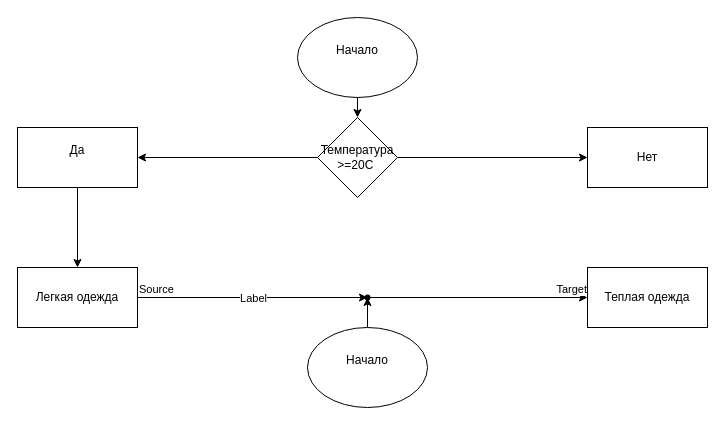
Before: diagrams/step3_weather_algorithm.drawio in Mikailov05/ISRPO_Lab17_Algorithms, a draw.io diagram. Source tidied: cells renumbered, new cells numbered last; positions are measured from the earlier drawing's top-left corner, leaving out a move shared by most shapes. Both pictures are drawn from the tidied source at 100%, with x=0, y=0 at pixel (17, 17).
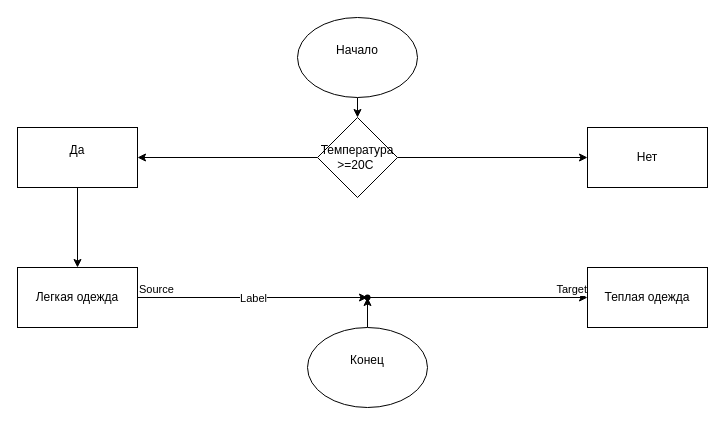
Above is the later version.

Commit message (it also covers changes not shown here):
Step 3: conditional algorithm and if/else in C#

What changed in the source:
```diff
@@
-    <mxCell id="15" value="Начало&lt;div&gt;&lt;br&gt;&lt;/div&gt;" style="ellipse;whiteSpace=wrap;html=1;" parent="1" vertex="1">
+    <mxCell id="15" value="&lt;div&gt;Конец&lt;/div&gt;&lt;div&gt;&lt;br&gt;&lt;/div&gt;" style="ellipse;whiteSpace=wrap;html=1;" parent="1" vertex="1">
       <mxGeometry x="290" y="310" width="120" height="80" as="geometry" />
     </mxCell>
```
